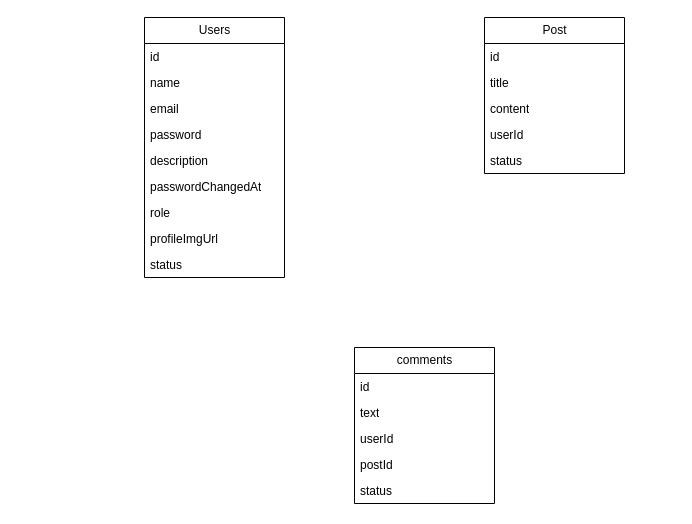
luismavlo/NODE-GEN-26 keeps this draw.io diagram as blog-api/diagramaEntidadRelacion.drawio. Above is the earlier version. Source tidied: cells renumbered, new cells numbered last; positions are measured from the earlier drawing's top-left corner, leaving out a move shared by most shapes. Both pictures are drawn from the tidied source at 100%, with x=0, y=0 at pixel (144, 17).
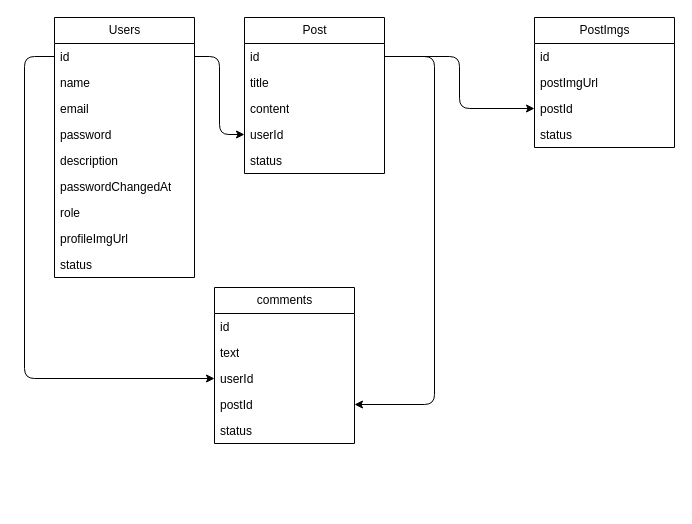
After the change.

The change refers to these unchanged cells:
```xml
<mxCell id="3" value="id" style="text;strokeColor=none;fillColor=none;align=left;verticalAlign=top;spacingLeft=4;spacingRight=4;overflow=hidden;points=[[0,0.5],[1,0.5]];portConstraint=eastwest;whiteSpace=wrap;html=1;" parent="2" vertex="1">
  <mxGeometry y="26" width="140" height="26" as="geometry" />
</mxCell>
<mxCell id="13" value="id" style="text;strokeColor=none;fillColor=none;align=left;verticalAlign=top;spacingLeft=4;spacingRight=4;overflow=hidden;points=[[0,0.5],[1,0.5]];portConstraint=eastwest;whiteSpace=wrap;html=1;" parent="12" vertex="1">
  <mxGeometry y="26" width="140" height="26" as="geometry" />
</mxCell>
<mxCell id="16" value="userId" style="text;strokeColor=none;fillColor=none;align=left;verticalAlign=top;spacingLeft=4;spacingRight=4;overflow=hidden;points=[[0,0.5],[1,0.5]];portConstraint=eastwest;whiteSpace=wrap;html=1;" parent="12" vertex="1">
  <mxGeometry y="104" width="140" height="26" as="geometry" />
</mxCell>
<mxCell id="21" value="userId" style="text;strokeColor=none;fillColor=none;align=left;verticalAlign=top;spacingLeft=4;spacingRight=4;overflow=hidden;points=[[0,0.5],[1,0.5]];portConstraint=eastwest;whiteSpace=wrap;html=1;" parent="18" vertex="1">
  <mxGeometry y="78" width="140" height="26" as="geometry" />
</mxCell>
<mxCell id="22" value="postId" style="text;strokeColor=none;fillColor=none;align=left;verticalAlign=top;spacingLeft=4;spacingRight=4;overflow=hidden;points=[[0,0.5],[1,0.5]];portConstraint=eastwest;whiteSpace=wrap;html=1;" parent="18" vertex="1">
  <mxGeometry y="104" width="140" height="26" as="geometry" />
</mxCell>
```

Diff of the diagram source:
```diff
@@
     <mxCell id="2" value="Users" style="swimlane;fontStyle=0;horizontal=1;startSize=26;fillColor=none;html=1;" parent="1" vertex="1">
-      <mxGeometry width="140" height="260" as="geometry" />
+      <mxGeometry x="-90" width="140" height="260" as="geometry" />
     </mxCell>
@@
     <mxCell id="12" value="Post" style="swimlane;fontStyle=0;horizontal=1;startSize=26;fillColor=none;html=1;" parent="1" vertex="1">
-      <mxGeometry x="340" width="140" height="156" as="geometry" />
+      <mxGeometry x="100" width="140" height="156" as="geometry" />
     </mxCell>
@@
     <mxCell id="18" value="comments" style="swimlane;fontStyle=0;horizontal=1;startSize=26;fillColor=none;html=1;" parent="1" vertex="1">
-      <mxGeometry x="210" y="330" width="140" height="156" as="geometry" />
+      <mxGeometry x="70" y="270" width="140" height="156" as="geometry" />
     </mxCell>
@@
+    <mxCell id="24" style="edgeStyle=elbowEdgeStyle;html=1;exitX=1;exitY=0.5;exitDx=0;exitDy=0;entryX=0;entryY=0.5;entryDx=0;entryDy=0;" parent="1" edge="1" source="3" target="16">
+      <mxGeometry relative="1" as="geometry" />
+    </mxCell>
+    <mxCell id="25" style="edgeStyle=elbowEdgeStyle;html=1;exitX=0;exitY=0.5;exitDx=0;exitDy=0;entryX=0;entryY=0.5;entryDx=0;entryDy=0;" parent="1" edge="1" source="3" target="21">
+      <mxGeometry relative="1" as="geometry">
+        <Array as="points">
+          <mxPoint x="-120" y="200" />
+        </Array>
+      </mxGeometry>
+    </mxCell>
+    <mxCell id="26" style="edgeStyle=elbowEdgeStyle;html=1;exitX=1;exitY=0.5;exitDx=0;exitDy=0;entryX=1;entryY=0.5;entryDx=0;entryDy=0;" parent="1" edge="1" source="13" target="22">
+      <mxGeometry relative="1" as="geometry">
+        <Array as="points">
+          <mxPoint x="290" y="250" />
+          <mxPoint x="520" y="220" />
+        </Array>
+      </mxGeometry>
+    </mxCell>
+    <mxCell id="27" value="PostImgs" style="swimlane;fontStyle=0;horizontal=1;startSize=26;fillColor=none;html=1;" parent="1" vertex="1">
+      <mxGeometry x="390" width="140" height="130" as="geometry" />
+    </mxCell>
+    <mxCell id="28" value="id" style="text;strokeColor=none;fillColor=none;align=left;verticalAlign=top;spacingLeft=4;spacingRight=4;overflow=hidden;whiteSpace=wrap;html=1;" parent="27" vertex="1">
+      <mxGeometry y="26" width="140" height="26" as="geometry" />
+    </mxCell>
+    <mxCell id="29" value="postImgUrl" style="text;strokeColor=none;fillColor=none;align=left;verticalAlign=top;spacingLeft=4;spacingRight=4;overflow=hidden;whiteSpace=wrap;html=1;" parent="27" vertex="1">
+      <mxGeometry y="52" width="140" height="26" as="geometry" />
+    </mxCell>
+    <mxCell id="30" value="postId" style="text;strokeColor=none;fillColor=none;align=left;verticalAlign=top;spacingLeft=4;spacingRight=4;overflow=hidden;points=[[0,0.5],[1,0.5]];portConstraint=eastwest;whiteSpace=wrap;html=1;" parent="27" vertex="1">
+      <mxGeometry y="78" width="140" height="26" as="geometry" />
+    </mxCell>
+    <mxCell id="31" value="status" style="text;strokeColor=none;fillColor=none;align=left;verticalAlign=top;spacingLeft=4;spacingRight=4;overflow=hidden;whiteSpace=wrap;html=1;" parent="27" vertex="1">
+      <mxGeometry y="104" width="140" height="26" as="geometry" />
+    </mxCell>
+    <mxCell id="32" style="edgeStyle=elbowEdgeStyle;html=1;exitX=1;exitY=0.5;exitDx=0;exitDy=0;entryX=0;entryY=0.5;entryDx=0;entryDy=0;" parent="1" edge="1" source="13" target="30">
+      <mxGeometry relative="1" as="geometry" />
+    </mxCell>
```
